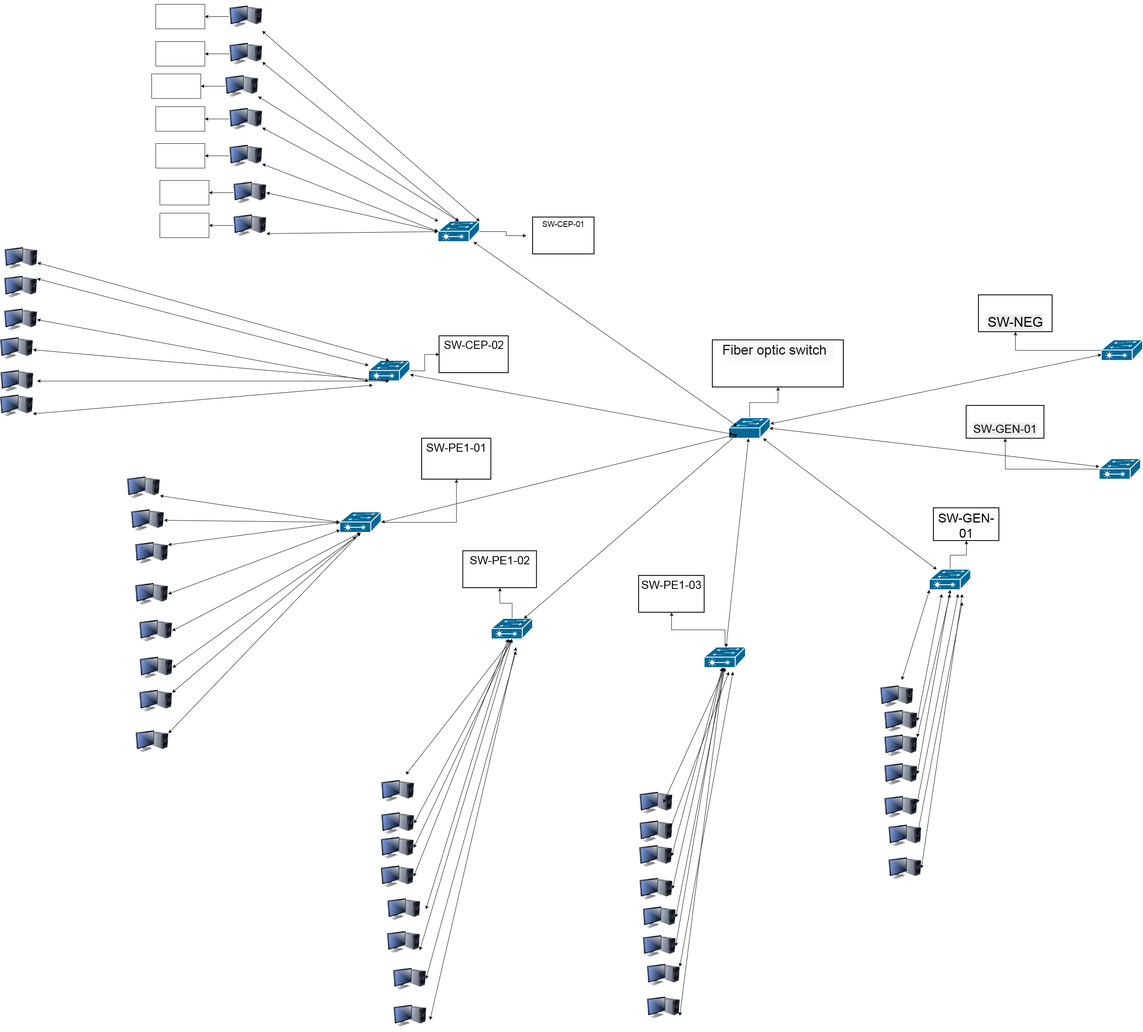
This is H.drawio.png from hrezapour21-blip/hasanafa, a draw.io export, as it was before one commit. Source tidied: cells renumbered, new cells last; positions are measured from the earlier drawing's top-left corner, leaving out a move shared by most shapes.
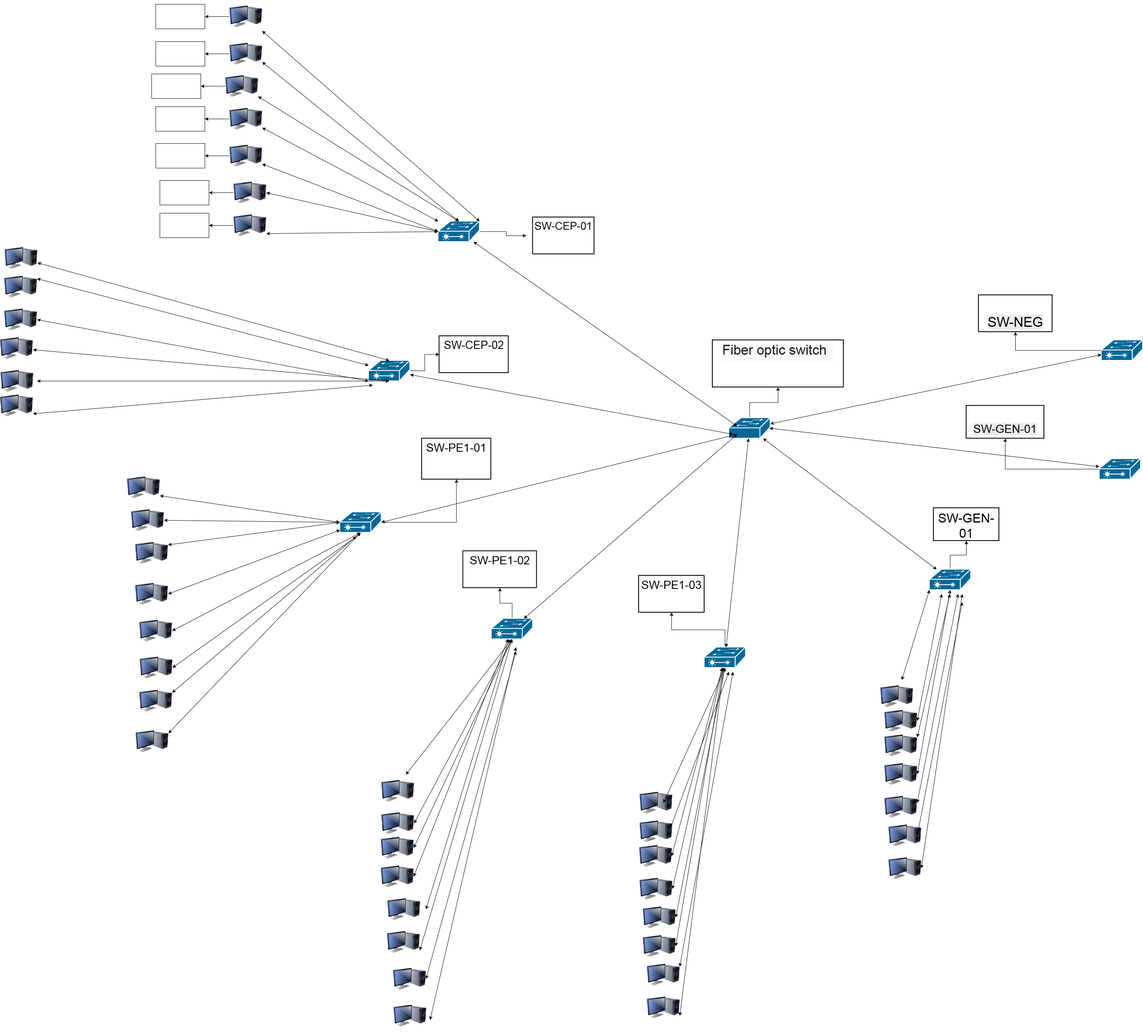
The same diagram one commit later.

What changed in the source:
```diff
@@ -59,7 +59,7 @@
     <mxCell id="20" value="&lt;font style=&quot;font-size: 28px;&quot;&gt;SW-PE1-01&lt;/font&gt;" style="whiteSpace=wrap;html=1;verticalAlign=top;sketch=0;dashed=0;strokeWidth=2;" parent="1" vertex="1">
       <mxGeometry x="1030" y="1070" width="169" height="100" as="geometry" />
     </mxCell>
-    <mxCell id="21" value="&lt;font style=&quot;font-size: 19px;&quot;&gt;SW-CEP-01&lt;/font&gt;" style="whiteSpace=wrap;html=1;verticalAlign=top;sketch=0;dashed=0;strokeWidth=2;perimeterSpacing=16;" parent="1" vertex="1">
+    <mxCell id="21" value="&lt;font style=&quot;font-size: 26px;&quot;&gt;SW-CEP-01&lt;/font&gt;" style="whiteSpace=wrap;html=1;verticalAlign=top;sketch=0;dashed=0;strokeWidth=2;perimeterSpacing=16;" parent="1" vertex="1">
       <mxGeometry x="1301" y="530" width="150" height="90" as="geometry" />
     </mxCell>
     <mxCell id="22" value="&lt;font style=&quot;font-size: 27px;&quot;&gt;SW-CEP-02&lt;/font&gt;" style="whiteSpace=wrap;html=1;verticalAlign=top;sketch=0;dashed=0;strokeWidth=2;" parent="1" vertex="1">
```
